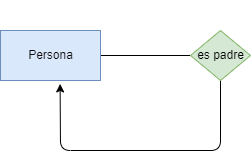
Earlier version of the draw.io export tareas/tarea-1/images/ejercicio4.drawio.png (aguemarrero/base-datos). Source tidied: cells renumbered, new cells last; positions are measured from the earlier drawing's top-left corner, leaving out a move shared by most shapes.
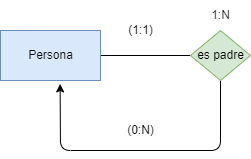
Later version of the same file.

What changed in the source:
```diff
@@ -19,13 +19,13 @@
     <mxCell id="5" value="&lt;font color=&quot;#000000&quot;&gt;es padre&lt;/font&gt;" style="shape=rhombus;html=1;dashed=0;whitespace=wrap;perimeter=rhombusPerimeter;fillColor=#d5e8d4;strokeColor=#82b366;" parent="1" vertex="1">
       <mxGeometry x="190" y="30" width="60" height="50" as="geometry" />
     </mxCell>
-    <mxCell id="6" value="(0:N)" style="text;html=1;align=center;verticalAlign=middle;strokeColor=none;fillColor=none;fontColor=#FFFFFF;" parent="1" vertex="1">
+    <mxCell id="6" value="&lt;font color=&quot;#000000&quot;&gt;(0:N)&lt;/font&gt;" style="text;html=1;align=center;verticalAlign=middle;strokeColor=none;fillColor=none;fontColor=#FFFFFF;" parent="1" vertex="1">
       <mxGeometry x="115" y="115" width="50" height="30" as="geometry" />
     </mxCell>
-    <mxCell id="7" value="(1:1)" style="text;html=1;align=center;verticalAlign=middle;strokeColor=none;fillColor=none;fontColor=#FFFFFF;" parent="1" vertex="1">
+    <mxCell id="7" value="&lt;font color=&quot;#000000&quot;&gt;(1:1)&lt;/font&gt;" style="text;html=1;align=center;verticalAlign=middle;strokeColor=none;fillColor=none;fontColor=#FFFFFF;" parent="1" vertex="1">
       <mxGeometry x="115" y="15" width="50" height="30" as="geometry" />
     </mxCell>
-    <mxCell id="8" value="1:N" style="text;html=1;align=center;verticalAlign=middle;strokeColor=none;fillColor=none;fontColor=#FFFFFF;" parent="1" vertex="1">
+    <mxCell id="8" value="&lt;font color=&quot;#1a1a1a&quot;&gt;1:N&lt;/font&gt;" style="text;html=1;align=center;verticalAlign=middle;strokeColor=none;fillColor=none;fontColor=#FFFFFF;" parent="1" vertex="1">
       <mxGeometry x="200" width="40" height="30" as="geometry" />
     </mxCell>
   </root>
```
